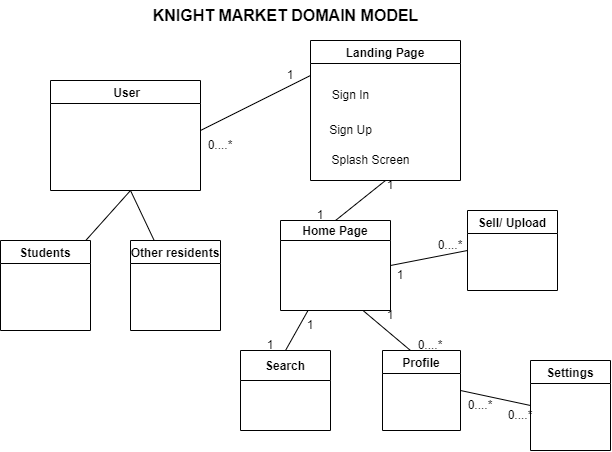
Before: Diagram.png, a diagram exported from draw.io (Cs262-BASSH/Project). Source tidied: cells renumbered, new cells last; positions are measured from the earlier drawing's top-left corner, leaving out a move shared by most shapes.
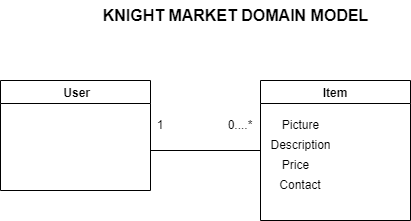
Above is the later version.

Commit message:
Update Domain Model

The edit, as a diff of the source:
```diff
@@ -2,109 +2,45 @@
   <root>
     <mxCell id="0" style="html=1;" />
     <mxCell id="1" style="html=1;" parent="0" />
-    <mxCell id="2" value="Students" style="swimlane;" parent="1" vertex="1">
-      <mxGeometry y="240" width="90" height="90" as="geometry" />
-    </mxCell>
-    <mxCell id="3" value="Other residents" style="swimlane;startSize=23;" parent="1" vertex="1">
-      <mxGeometry x="130" y="240" width="90" height="90" as="geometry" />
-    </mxCell>
     <mxCell id="4" value=" User" style="swimlane;" parent="1" vertex="1">
       <mxGeometry x="50" y="80" width="150" height="110" as="geometry" />
     </mxCell>
-    <mxCell id="5" style="endArrow=none;html=1;rounded=0;" parent="1" edge="1" source="2" target="3">
+    <mxCell id="5" style="endArrow=none;html=1;rounded=0;" parent="1" edge="1" target="x">
       <mxGeometry relative="1" as="geometry">
+        <mxPoint x="85.3" y="240" as="sourcePoint" />
         <Array as="points">
           <mxPoint x="130" y="190" />
         </Array>
       </mxGeometry>
     </mxCell>
-    <mxCell id="6" value="Landing Page" style="swimlane;startSize=23;" parent="1" vertex="1">
-      <mxGeometry x="310" y="40" width="150" height="140" as="geometry" />
+    <mxCell id="6" value="Item" style="swimlane;startSize=23;" parent="1" vertex="1">
+      <mxGeometry x="310" y="80" width="150" height="140" as="geometry" />
     </mxCell>
-    <mxCell id="7" value="Sign In" style="text;html=1;align=center;verticalAlign=middle;strokeColor=none;fillColor=none;" parent="6" vertex="1">
-      <mxGeometry x="10" y="40" width="60" height="30" as="geometry" />
+    <mxCell id="7" value="Picture" style="text;html=1;align=center;verticalAlign=middle;strokeColor=none;fillColor=none;" parent="6" vertex="1">
+      <mxGeometry x="10" y="30" width="60" height="30" as="geometry" />
     </mxCell>
-    <mxCell id="8" value="Sign Up" style="text;html=1;align=center;verticalAlign=middle;strokeColor=none;fillColor=none;" parent="6" vertex="1">
-      <mxGeometry x="5" y="75" width="70" height="30" as="geometry" />
+    <mxCell id="8" value="Description" style="text;html=1;align=center;verticalAlign=middle;strokeColor=none;fillColor=none;" parent="6" vertex="1">
+      <mxGeometry y="50" width="80" height="30" as="geometry" />
     </mxCell>
-    <mxCell id="9" value="Splash Screen" style="text;html=1;align=center;verticalAlign=middle;strokeColor=none;fillColor=none;" parent="6" vertex="1">
-      <mxGeometry x="10" y="105" width="100" height="30" as="geometry" />
+    <mxCell id="9" value="Price" style="text;html=1;align=center;verticalAlign=middle;strokeColor=none;fillColor=none;" parent="6" vertex="1">
+      <mxGeometry x="10" y="70" width="50" height="30" as="geometry" />
     </mxCell>
+    <mxCell id="34" value="Contact" style="text;html=1;strokeColor=none;fillColor=none;align=center;verticalAlign=middle;whiteSpace=wrap;rounded=0;" parent="6" vertex="1">
+      <mxGeometry x="10" y="90" width="60" height="30" as="geometry" />
+    </mxCell>
+    <mxCell id="17" value="KNIGHT MARKET DOMAIN MODEL" style="text;html=1;align=center;verticalAlign=middle;strokeColor=none;fillColor=none;fontStyle=1;fontSize=16;" parent="1" vertex="1">
+      <mxGeometry x="140" width="290" height="30" as="geometry" />
+    </mxCell>
+    <mxCell id="27" value="0....*" style="text;html=1;strokeColor=none;fillColor=none;align=center;verticalAlign=middle;whiteSpace=wrap;rounded=0;fontSize=12;" parent="1" vertex="1">
+      <mxGeometry x="260" y="110" width="60" height="30" as="geometry" />
+    </mxCell>
-    <mxCell id="10" value="1" style="text;html=1;strokeColor=none;fillColor=none;align=center;verticalAlign=middle;whiteSpace=wrap;rounded=0;fontSize=12;" parent="6" vertex="1">
-      <mxGeometry x="-50" y="20" width="60" height="30" as="geometry" />
+    <mxCell id="10" value="1" style="text;html=1;strokeColor=none;fillColor=none;align=center;verticalAlign=middle;whiteSpace=wrap;rounded=0;fontSize=12;" parent="1" vertex="1">
+      <mxGeometry x="180" y="110" width="60" height="30" as="geometry" />
     </mxCell>
-    <mxCell id="11" value="Home Page" style="swimlane;startSize=20;" parent="1" vertex="1">
-      <mxGeometry x="280" y="220" width="110" height="90" as="geometry" />
-    </mxCell>
-    <mxCell id="12" value="Sell/ Upload" style="swimlane;" parent="1" vertex="1">
-      <mxGeometry x="467" y="210" width="90" height="80" as="geometry" />
-    </mxCell>
-    <mxCell id="13" value="0....*" style="text;html=1;strokeColor=none;fillColor=none;align=center;verticalAlign=middle;whiteSpace=wrap;rounded=0;fontSize=12;" parent="12" vertex="1">
-      <mxGeometry x="-47" y="20" width="60" height="30" as="geometry" />
-    </mxCell>
-    <mxCell id="14" value="Search" style="swimlane;startSize=30;" parent="1" vertex="1">
-      <mxGeometry x="240" y="350" width="90" height="80" as="geometry" />
-    </mxCell>
-    <mxCell id="15" value="Profile" style="swimlane;" parent="1" vertex="1">
-      <mxGeometry x="382" y="350" width="78" height="80" as="geometry" />
-    </mxCell>
-    <mxCell id="16" value="Settings" style="swimlane;" parent="1" vertex="1">
-      <mxGeometry x="530" y="360" width="80" height="90" as="geometry" />
-    </mxCell>
-    <mxCell id="17" value="KNIGHT MARKET DOMAIN MODEL" style="text;html=1;align=center;verticalAlign=middle;strokeColor=none;fillColor=none;fontStyle=1;fontSize=16;" parent="1" vertex="1">
-      <mxGeometry x="140" width="290" height="30" as="geometry" />
-    </mxCell>
-    <mxCell id="18" style="endArrow=none;html=1;rounded=0;fontSize=16;entryX=0;entryY=0.25;entryDx=0;entryDy=0;" parent="1" edge="1" target="6">
-      <mxGeometry relative="1" as="geometry">
-        <mxPoint x="200" y="130" as="sourcePoint" />
-      </mxGeometry>
-    </mxCell>
-    <mxCell id="19" style="endArrow=none;html=1;rounded=0;fontSize=16;exitX=0.5;exitY=0;exitDx=0;exitDy=0;entryX=0.5;entryY=1;entryDx=0;entryDy=0;" parent="1" edge="1" source="11" target="6">
-      <mxGeometry relative="1" as="geometry" />
-    </mxCell>
-    <mxCell id="20" style="endArrow=none;html=1;rounded=0;fontSize=16;exitX=1;exitY=0.5;exitDx=0;exitDy=0;entryX=0;entryY=0.5;entryDx=0;entryDy=0;" parent="1" edge="1" source="11" target="12">
-      <mxGeometry relative="1" as="geometry" />
-    </mxCell>
-    <mxCell id="21" style="endArrow=none;html=1;rounded=0;fontSize=16;exitX=0.5;exitY=0;exitDx=0;exitDy=0;entryX=0.25;entryY=1;entryDx=0;entryDy=0;" parent="1" edge="1" source="14" target="11">
-      <mxGeometry relative="1" as="geometry" />
-    </mxCell>
-    <mxCell id="22" style="endArrow=none;html=1;rounded=0;fontSize=16;exitX=0.75;exitY=1;exitDx=0;exitDy=0;" parent="1" edge="1" source="11">
-      <mxGeometry relative="1" as="geometry">
-        <mxPoint x="410" y="350" as="targetPoint" />
-      </mxGeometry>
-    </mxCell>
-    <mxCell id="23" style="endArrow=none;html=1;rounded=0;fontSize=16;exitX=0;exitY=0.5;exitDx=0;exitDy=0;entryX=1;entryY=0.5;entryDx=0;entryDy=0;" parent="1" edge="1" source="16" target="15">
-      <mxGeometry relative="1" as="geometry" />
-    </mxCell>
-    <mxCell id="24" value="1" style="text;html=1;strokeColor=none;fillColor=none;align=center;verticalAlign=middle;whiteSpace=wrap;rounded=0;fontSize=12;" parent="1" vertex="1">
-      <mxGeometry x="360" y="170" width="60" height="30" as="geometry" />
-    </mxCell>
-    <mxCell id="25" value="1" style="text;html=1;strokeColor=none;fillColor=none;align=center;verticalAlign=middle;whiteSpace=wrap;rounded=0;fontSize=12;" parent="1" vertex="1">
-      <mxGeometry x="290" y="200" width="60" height="30" as="geometry" />
-    </mxCell>
-    <mxCell id="26" value="0....*" style="text;html=1;strokeColor=none;fillColor=none;align=center;verticalAlign=middle;whiteSpace=wrap;rounded=0;fontSize=12;" parent="1" vertex="1">
-      <mxGeometry x="400" y="330" width="60" height="30" as="geometry" />
-    </mxCell>
-    <mxCell id="27" value="0....*" style="text;html=1;strokeColor=none;fillColor=none;align=center;verticalAlign=middle;whiteSpace=wrap;rounded=0;fontSize=12;" parent="1" vertex="1">
-      <mxGeometry x="190" y="130" width="60" height="30" as="geometry" />
-    </mxCell>
-    <mxCell id="28" value="1" style="text;html=1;strokeColor=none;fillColor=none;align=center;verticalAlign=middle;whiteSpace=wrap;rounded=0;fontSize=12;" parent="1" vertex="1">
-      <mxGeometry x="370" y="260" width="60" height="30" as="geometry" />
-    </mxCell>
-    <mxCell id="29" value="1" style="text;html=1;strokeColor=none;fillColor=none;align=center;verticalAlign=middle;whiteSpace=wrap;rounded=0;fontSize=12;" parent="1" vertex="1">
-      <mxGeometry x="240" y="330" width="60" height="30" as="geometry" />
-    </mxCell>
-    <mxCell id="30" value="1" style="text;html=1;strokeColor=none;fillColor=none;align=center;verticalAlign=middle;whiteSpace=wrap;rounded=0;fontSize=12;" parent="1" vertex="1">
-      <mxGeometry x="280" y="310" width="60" height="30" as="geometry" />
-    </mxCell>
-    <mxCell id="31" value="1" style="text;html=1;strokeColor=none;fillColor=none;align=center;verticalAlign=middle;whiteSpace=wrap;rounded=0;fontSize=12;" parent="1" vertex="1">
-      <mxGeometry x="360" y="300" width="60" height="30" as="geometry" />
-    </mxCell>
-    <mxCell id="32" value="0....*" style="text;html=1;strokeColor=none;fillColor=none;align=center;verticalAlign=middle;whiteSpace=wrap;rounded=0;fontSize=12;" parent="1" vertex="1">
-      <mxGeometry x="450" y="390" width="60" height="30" as="geometry" />
-    </mxCell>
-    <mxCell id="33" value="0....*" style="text;html=1;strokeColor=none;fillColor=none;align=center;verticalAlign=middle;whiteSpace=wrap;rounded=0;fontSize=12;" parent="1" vertex="1">
-      <mxGeometry x="490" y="400" width="60" height="30" as="geometry" />
-    </mxCell>
+    <mxCell id="35" style="endArrow=none;html=1;rounded=0;entryX=0;entryY=0.5;entryDx=0;entryDy=0;" parent="1" edge="1" target="6">
+      <mxGeometry relative="1" as="geometry">
+        <mxPoint x="200" y="150" as="sourcePoint" />
+      </mxGeometry>
+    </mxCell>
   </root>
 </mxGraphModel>
```
